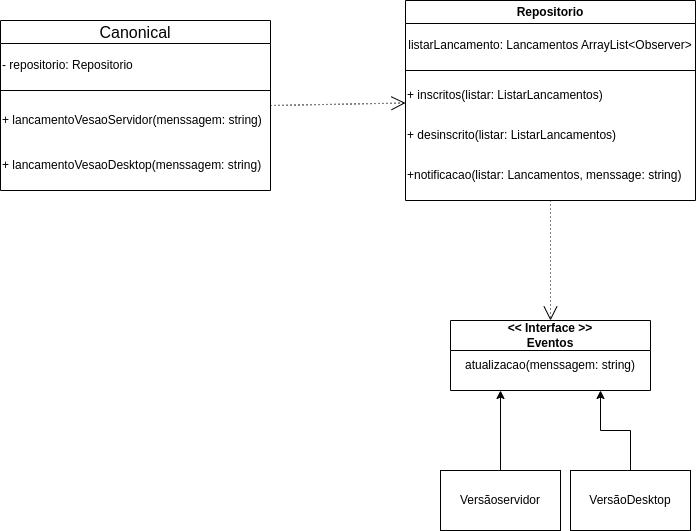
This is engenharia_de_software_3/observer/imagens/observer.png from mateushlsilva/bertoti, a draw.io export, as it was before one commit. Source tidied: cells renumbered, new cells last; positions are measured from the earlier drawing's top-left corner, leaving out a move shared by most shapes.
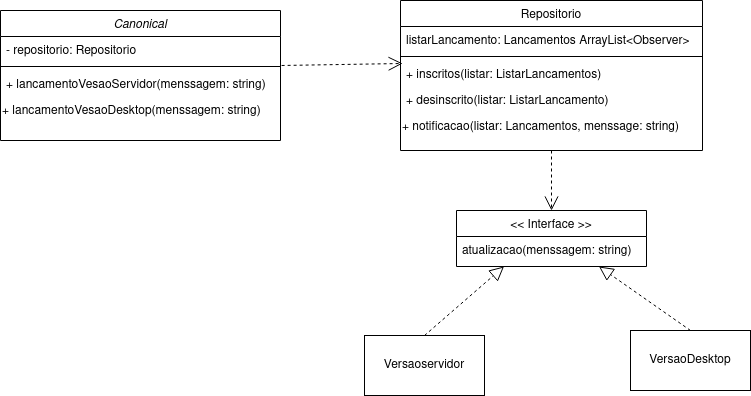
The same diagram one commit later.

Commit message:
Atualiza observer

What changed in the source:
```diff
@@ -2,68 +2,62 @@
   <root>
     <mxCell id="0" />
     <mxCell id="1" parent="0" />
-    <mxCell id="2" value="&lt;div&gt;&amp;lt;&amp;lt; Interface &amp;gt;&amp;gt;&lt;/div&gt;&lt;div&gt;Eventos&lt;/div&gt;&lt;span style=&quot;white-space: pre;&quot;&gt;&lt;/span&gt;" style="swimlane;whiteSpace=wrap;html=1;startSize=30;" parent="1" vertex="1">
-      <mxGeometry x="450" y="320" width="200" height="70" as="geometry" />
-    </mxCell>
-    <mxCell id="3" value="atualizacao(menssagem: string)" style="text;html=1;strokeColor=none;fillColor=none;align=center;verticalAlign=middle;whiteSpace=wrap;rounded=0;" parent="2" vertex="1">
-      <mxGeometry y="30" width="200" height="30" as="geometry" />
-    </mxCell>
-    <mxCell id="4" value="&lt;h1 style=&quot;font-size: 18px;&quot;&gt;&lt;font size=&quot;1&quot;&gt;&lt;span style=&quot;font-weight: normal; font-size: 16px;&quot;&gt;Canonical&lt;/span&gt;&lt;/font&gt;&lt;/h1&gt;" style="swimlane;whiteSpace=wrap;html=1;" parent="1" vertex="1">
-      <mxGeometry y="20" width="270" height="170" as="geometry" />
+    <mxCell id="4" value="Canonical" style="swimlane;fontStyle=2;align=center;verticalAlign=top;horizontal=1;startSize=26;rounded=0;shadow=0;strokeWidth=1;" parent="1" vertex="1">
+      <mxGeometry y="50" width="280" height="130" as="geometry" />
     </mxCell>
-    <mxCell id="5" value="- repositorio: Repositorio" style="text;html=1;strokeColor=none;fillColor=none;align=left;verticalAlign=middle;whiteSpace=wrap;rounded=0;" parent="4" vertex="1">
-      <mxGeometry y="30" width="200" height="30" as="geometry" />
+    <mxCell id="5" value="- repositorio: Repositorio" style="text;align=left;verticalAlign=top;spacingLeft=4;spacingRight=4;overflow=hidden;points=[[0,0.5],[1,0.5]];portConstraint=eastwest;" parent="4" vertex="1">
+      <mxGeometry y="26" width="280" height="26" as="geometry" />
     </mxCell>
-    <mxCell id="6" style="endArrow=none;html=1;rounded=0;" parent="4" edge="1">
-      <mxGeometry relative="1" as="geometry">
-        <mxPoint y="70" as="sourcePoint" />
-        <mxPoint x="270" y="70" as="targetPoint" />
-      </mxGeometry>
-    </mxCell>
+    <mxCell id="21" style="line;html=1;strokeWidth=1;align=left;verticalAlign=middle;spacingTop=-1;spacingLeft=3;spacingRight=3;labelPosition=right;" parent="4" vertex="1">
+      <mxGeometry y="52" width="280" height="8" as="geometry" />
+    </mxCell>
-    <mxCell id="7" value="+ lancamentoVesaoServidor(menssagem: string)" style="text;html=1;strokeColor=none;fillColor=none;align=left;verticalAlign=middle;whiteSpace=wrap;rounded=0;" parent="4" vertex="1">
-      <mxGeometry y="85" width="270" height="30" as="geometry" />
+    <mxCell id="7" value="+ lancamentoVesaoServidor(menssagem: string)" style="text;align=left;verticalAlign=top;spacingLeft=4;spacingRight=4;overflow=hidden;points=[[0,0.5],[1,0.5]];portConstraint=eastwest;" parent="4" vertex="1">
+      <mxGeometry y="60" width="280" height="26" as="geometry" />
     </mxCell>
-    <mxCell id="8" value="+ lancamentoVesaoDesktop(menssagem: string)" style="text;html=1;strokeColor=none;fillColor=none;align=left;verticalAlign=middle;whiteSpace=wrap;rounded=0;" parent="4" vertex="1">
-      <mxGeometry y="130" width="270" height="30" as="geometry" />
+    <mxCell id="8" value="&lt;div align=&quot;left&quot;&gt;+ lancamentoVesaoDesktop(menssagem: string)&lt;br&gt;&lt;/div&gt;" style="text;html=1;strokeColor=none;fillColor=none;align=left;verticalAlign=middle;whiteSpace=wrap;rounded=0;" parent="4" vertex="1">
+      <mxGeometry y="86" width="280" height="30" as="geometry" />
     </mxCell>
+    <mxCell id="22" value="&lt;&lt; Interface &gt;&gt;" style="swimlane;fontStyle=0;align=center;verticalAlign=top;horizontal=1;startSize=26;rounded=0;shadow=0;strokeWidth=1;" parent="1" vertex="1">
+      <mxGeometry x="456" y="250" width="190" height="56" as="geometry" />
+    </mxCell>
+    <mxCell id="3" value="atualizacao(menssagem: string)" style="text;align=left;verticalAlign=top;spacingLeft=4;spacingRight=4;overflow=hidden;" parent="22" vertex="1">
+      <mxGeometry y="26" width="190" height="26" as="geometry" />
+    </mxCell>
-    <mxCell id="9" value="Repositorio" style="swimlane;whiteSpace=wrap;html=1;" parent="1" vertex="1">
-      <mxGeometry x="405" width="290" height="200" as="geometry" />
+    <mxCell id="9" value="Repositorio" style="swimlane;fontStyle=0;align=center;verticalAlign=top;horizontal=1;startSize=26;rounded=0;shadow=0;strokeWidth=1;" parent="1" vertex="1">
+      <mxGeometry x="400" y="40" width="302" height="150" as="geometry" />
     </mxCell>
-    <mxCell id="10" value="listarLancamento: Lancamentos ArrayList&amp;lt;Observer&amp;gt;" style="text;html=1;strokeColor=none;fillColor=none;align=center;verticalAlign=middle;whiteSpace=wrap;rounded=0;" parent="9" vertex="1">
-      <mxGeometry y="30" width="290" height="30" as="geometry" />
-    </mxCell>
-    <mxCell id="11" style="endArrow=none;html=1;rounded=0;" parent="9" edge="1">
-      <mxGeometry relative="1" as="geometry">
-        <mxPoint y="70" as="sourcePoint" />
-        <mxPoint x="290" y="70" as="targetPoint" />
-      </mxGeometry>
-    </mxCell>
+    <mxCell id="23" value="listarLancamento: Lancamentos ArrayList&lt;Observer&gt;" style="text;align=left;verticalAlign=top;spacingLeft=4;spacingRight=4;overflow=hidden;" parent="9" vertex="1">
+      <mxGeometry y="26" width="302" height="26" as="geometry" />
+    </mxCell>
+    <mxCell id="24" style="line;html=1;strokeWidth=1;align=left;verticalAlign=middle;spacingTop=-1;spacingLeft=3;spacingRight=3;labelPosition=right;" parent="9" vertex="1">
+      <mxGeometry y="52" width="302" height="8" as="geometry" />
+    </mxCell>
-    <mxCell id="12" value="+ inscritos(listar: ListarLancamentos)" style="text;html=1;strokeColor=none;fillColor=none;align=left;verticalAlign=middle;whiteSpace=wrap;rounded=0;" parent="9" vertex="1">
-      <mxGeometry y="80" width="290" height="30" as="geometry" />
+    <mxCell id="12" value="+ inscritos(listar: ListarLancamentos)" style="text;align=left;verticalAlign=top;spacingLeft=4;spacingRight=4;overflow=hidden;points=[[0,0.5],[1,0.5]];portConstraint=eastwest;" parent="9" vertex="1">
+      <mxGeometry y="60" width="302" height="26" as="geometry" />
     </mxCell>
-    <mxCell id="13" value="+ desinscrito(listar: ListarLancamentos)" style="text;html=1;strokeColor=none;fillColor=none;align=left;verticalAlign=middle;whiteSpace=wrap;rounded=0;" parent="9" vertex="1">
-      <mxGeometry y="120" width="290" height="30" as="geometry" />
-    </mxCell>
-    <mxCell id="14" value="+notificacao(listar: Lancamentos, menssage: string)" style="text;html=1;strokeColor=none;fillColor=none;align=left;verticalAlign=middle;whiteSpace=wrap;rounded=0;" parent="9" vertex="1">
-      <mxGeometry y="160" width="290" height="30" as="geometry" />
-    </mxCell>
-    <mxCell id="15" style="edgeStyle=orthogonalEdgeStyle;rounded=0;jettySize=auto;html=1;exitX=0.5;exitY=0;exitDx=0;exitDy=0;entryX=0.25;entryY=1;entryDx=0;entryDy=0;" parent="1" edge="1" source="16" target="2">
-      <mxGeometry relative="1" as="geometry" />
-    </mxCell>
-    <mxCell id="16" value="Versãoservidor" style="rounded=0;whiteSpace=wrap;html=1;" parent="1" vertex="1">
-      <mxGeometry x="440" y="470" width="120" height="60" as="geometry" />
-    </mxCell>
-    <mxCell id="17" style="edgeStyle=orthogonalEdgeStyle;rounded=0;jettySize=auto;html=1;exitX=0.5;exitY=0;exitDx=0;exitDy=0;entryX=0.75;entryY=1;entryDx=0;entryDy=0;" parent="1" edge="1" source="18" target="2">
-      <mxGeometry relative="1" as="geometry" />
-    </mxCell>
-    <mxCell id="18" value="VersãoDesktop" style="rounded=0;whiteSpace=wrap;html=1;" parent="1" vertex="1">
-      <mxGeometry x="570" y="470" width="120" height="60" as="geometry" />
-    </mxCell>
-    <mxCell id="19" style="endArrow=open;dashed=1;html=1;dashPattern=1 3;strokeWidth=1;rounded=0;shadow=0;strokeColor=default;endFill=0;endSize=12;exitX=0.5;exitY=1;exitDx=0;exitDy=0;entryX=0.5;entryY=0;entryDx=0;entryDy=0;" parent="1" edge="1" source="9" target="2">
-      <mxGeometry relative="1" as="geometry" />
-    </mxCell>
-    <mxCell id="20" style="endArrow=open;dashed=1;html=1;dashPattern=1 3;strokeWidth=1;rounded=0;shadow=0;strokeColor=default;endFill=0;endSize=12;exitX=1;exitY=0;exitDx=0;exitDy=0;entryX=0;entryY=0.75;entryDx=0;entryDy=0;" parent="1" edge="1" source="7" target="12">
-      <mxGeometry relative="1" as="geometry" />
-    </mxCell>
+    <mxCell id="25" value="+ desinscrito(listar: ListarLancamento)" style="text;align=left;verticalAlign=top;spacingLeft=4;spacingRight=4;overflow=hidden;" parent="9" vertex="1">
+      <mxGeometry y="86" width="302" height="26" as="geometry" />
+    </mxCell>
+    <mxCell id="26" value="&lt;div align=&quot;left&quot;&gt;+ notificacao(listar: Lancamentos, menssage: string)&lt;/div&gt;" style="text;html=1;strokeColor=none;fillColor=none;align=left;verticalAlign=middle;whiteSpace=wrap;rounded=0;" parent="9" vertex="1">
+      <mxGeometry y="112" width="302" height="30" as="geometry" />
+    </mxCell>
+    <mxCell id="27" value="Versaoservidor" style="rounded=0;whiteSpace=wrap;html=1;" parent="1" vertex="1">
+      <mxGeometry x="364" y="375" width="120" height="60" as="geometry" />
+    </mxCell>
+    <mxCell id="28" value="VersaoDesktop" style="rounded=0;whiteSpace=wrap;html=1;" parent="1" vertex="1">
+      <mxGeometry x="630" y="370" width="120" height="60" as="geometry" />
+    </mxCell>
+    <mxCell id="29" style="endArrow=open;endFill=1;endSize=12;html=1;rounded=0;dashed=1;exitX=1.004;exitY=1.115;exitDx=0;exitDy=0;exitPerimeter=0;entryX=0.007;entryY=0.115;entryDx=0;entryDy=0;entryPerimeter=0;" parent="1" edge="1" source="5" target="12">
+      <mxGeometry relative="1" as="geometry" />
+    </mxCell>
+    <mxCell id="30" style="endArrow=open;endFill=1;endSize=12;html=1;rounded=0;dashed=1;exitX=0.5;exitY=1;exitDx=0;exitDy=0;entryX=0.5;entryY=0;entryDx=0;entryDy=0;" parent="1" edge="1" source="9" target="22">
+      <mxGeometry relative="1" as="geometry" />
+    </mxCell>
+    <mxCell id="31" style="endArrow=block;dashed=1;endFill=0;endSize=12;html=1;rounded=0;exitX=0.5;exitY=0;exitDx=0;exitDy=0;entryX=0.25;entryY=1;entryDx=0;entryDy=0;" parent="1" edge="1" source="27" target="22">
+      <mxGeometry relative="1" as="geometry" />
+    </mxCell>
+    <mxCell id="32" style="endArrow=block;dashed=1;endFill=0;endSize=12;html=1;rounded=0;exitX=0.5;exitY=0;exitDx=0;exitDy=0;entryX=0.75;entryY=1;entryDx=0;entryDy=0;" parent="1" edge="1" source="28" target="22">
+      <mxGeometry relative="1" as="geometry" />
+    </mxCell>
   </root>
 </mxGraphModel>
```
